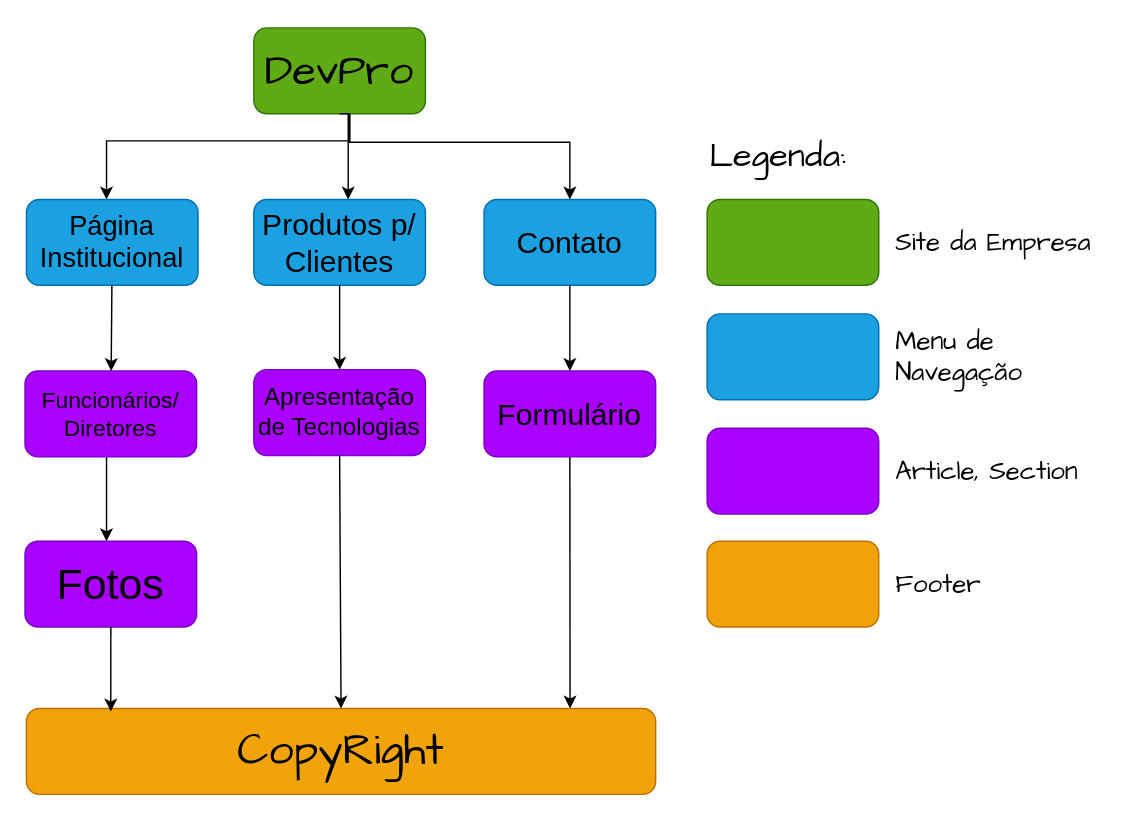
Earlier version of the draw.io diagram Mapa_Do_Site/DevPro_Mapa.drawio (mayckolsilva/DevPro). Source tidied: cells renumbered, new cells numbered last; positions are measured from the earlier drawing's top-left corner, leaving out a move shared by most shapes. Both pictures are drawn from the tidied source at 143%, with x=0, y=0 at pixel (24, 27).
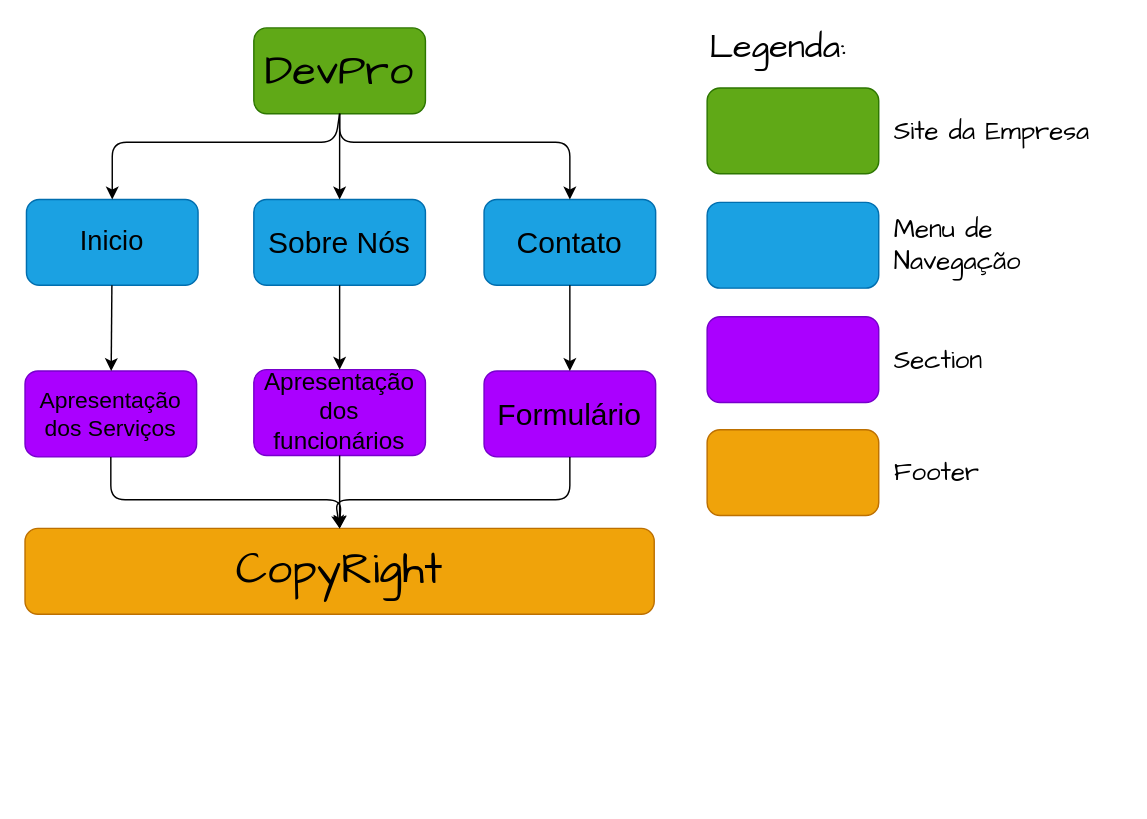
Above is the later version.

Unchanged cells that the change refers to:
```xml
<mxCell id="3" value="&lt;div&gt;DevPro&lt;/div&gt;" style="rounded=1;whiteSpace=wrap;html=1;fillColor=#60a917;strokeColor=#2D7600;fontFamily=Comic Sans MS;fontSize=30;fontColor=#000000;" parent="1" vertex="1">
  <mxGeometry x="160" width="120" height="60" as="geometry" />
</mxCell>
<mxCell id="6" value="Contato" style="rounded=1;whiteSpace=wrap;html=1;fillColor=#1ba1e2;strokeColor=#006EAF;fontSize=21;fontColor=#000000;" parent="1" vertex="1">
  <mxGeometry x="321" y="120" width="120" height="60" as="geometry" />
</mxCell>
<mxCell id="7" value="Formulário" style="rounded=1;whiteSpace=wrap;html=1;fillColor=#aa00ff;strokeColor=#7700CC;fontSize=21;fontColor=#000000;" parent="1" vertex="1">
  <mxGeometry x="321" y="240" width="120" height="60" as="geometry" />
</mxCell>
```

The edit, as a diff of the source:
```diff
@@
-    <mxCell id="2" style="edgeStyle=orthogonalEdgeStyle;rounded=0;jettySize=auto;html=1;" parent="1" edge="1" target="8">
-      <mxGeometry relative="1" as="geometry">
-        <mxPoint x="227" y="60" as="sourcePoint" />
-        <Array as="points">
-          <mxPoint x="227" y="79" />
-          <mxPoint x="57" y="79" />
-        </Array>
-      </mxGeometry>
-    </mxCell>
@@
-    <mxCell id="4" value="Produtos p/ Clientes" style="rounded=1;whiteSpace=wrap;html=1;fillColor=#1ba1e2;strokeColor=#006EAF;fontSize=21;fontColor=#000000;" parent="1" vertex="1">
+    <mxCell id="4" value="Sobre Nós" style="rounded=1;whiteSpace=wrap;html=1;fillColor=#1ba1e2;strokeColor=#006EAF;fontSize=21;fontColor=#000000;" parent="1" vertex="1">
       <mxGeometry x="160" y="120" width="120" height="60" as="geometry" />
     </mxCell>
-    <mxCell id="5" value="&lt;div style=&quot;font-size: 17px;&quot;&gt;Apresentação de Tecnologias&lt;/div&gt;" style="rounded=1;whiteSpace=wrap;html=1;fillColor=#aa00ff;strokeColor=#7700CC;fontSize=17;fontColor=#000000;" parent="1" vertex="1">
+    <mxCell id="5" value="&lt;div style=&quot;font-size: 17px&quot;&gt;Apresentação dos funcionários&lt;br&gt;&lt;/div&gt;" style="rounded=1;whiteSpace=wrap;html=1;fillColor=#aa00ff;strokeColor=#7700CC;fontSize=17;fontColor=#000000;" parent="1" vertex="1">
       <mxGeometry x="160" y="239" width="120" height="60" as="geometry" />
     </mxCell>
@@
-    <mxCell id="8" value="Página Institucional" style="rounded=1;whiteSpace=wrap;html=1;fillColor=#1ba1e2;strokeColor=#006EAF;fontSize=19;fontColor=#000000;" parent="1" vertex="1">
+    <mxCell id="8" value="Inicio" style="rounded=1;whiteSpace=wrap;html=1;fillColor=#1ba1e2;strokeColor=#006EAF;fontSize=19;fontColor=#000000;" parent="1" vertex="1">
       <mxGeometry x="1" y="120" width="120" height="60" as="geometry" />
     </mxCell>
-    <mxCell id="9" style="edgeStyle=orthogonalEdgeStyle;rounded=0;orthogonalLoop=1;jettySize=auto;html=1;" parent="1" edge="1">
-      <mxGeometry relative="1" as="geometry">
-        <mxPoint x="57" y="299" as="sourcePoint" />
-        <mxPoint x="57" y="359" as="targetPoint" />
-      </mxGeometry>
-    </mxCell>
-    <mxCell id="10" value="Funcionários/ Diretores" style="rounded=1;whiteSpace=wrap;html=1;fillColor=#aa00ff;strokeColor=#7700CC;fontSize=16;fontColor=#000000;" parent="1" vertex="1">
+    <mxCell id="10" value="Apresentação dos Serviços" style="rounded=1;whiteSpace=wrap;html=1;fillColor=#aa00ff;strokeColor=#7700CC;fontSize=16;fontColor=#000000;" parent="1" vertex="1">
       <mxGeometry y="240" width="120" height="60" as="geometry" />
     </mxCell>
-    <mxCell id="11" value="&lt;div style=&quot;font-size: 30px;&quot;&gt;Fotos&lt;/div&gt;" style="rounded=1;whiteSpace=wrap;html=1;fillColor=#aa00ff;strokeColor=#7700CC;fontSize=30;fontColor=#000000;" parent="1" vertex="1">
-      <mxGeometry y="359" width="120" height="60" as="geometry" />
-    </mxCell>
@@
     <mxCell id="15" value="CopyRight" style="rounded=1;whiteSpace=wrap;html=1;labelBackgroundColor=none;fontFamily=Comic Sans MS;fontSize=31;fillColor=#f0a30a;strokeColor=#BD7000;fontColor=#000000;" parent="1" vertex="1">
-      <mxGeometry x="1" y="476" width="440" height="60" as="geometry" />
+      <mxGeometry y="350" width="440" height="60" as="geometry" />
     </mxCell>
-    <mxCell id="16" style="endArrow=classic;html=1;fontFamily=Comic Sans MS;fontSize=31;entryX=0.134;entryY=0.033;entryDx=0;entryDy=0;entryPerimeter=0;exitX=0.5;exitY=1;exitDx=0;exitDy=0;" parent="1" edge="1" source="11" target="15">
-      <mxGeometry relative="1" as="geometry" />
-    </mxCell>
@@
-    <mxCell id="18" style="endArrow=classic;html=1;fontFamily=Comic Sans MS;fontSize=31;exitX=0.5;exitY=1;exitDx=0;exitDy=0;entryX=0.864;entryY=0;entryDx=0;entryDy=0;entryPerimeter=0;" parent="1" edge="1" source="7" target="15">
-      <mxGeometry relative="1" as="geometry" />
-    </mxCell>
     <mxCell id="19" value="Legenda:" style="text;html=1;strokeColor=none;fillColor=none;align=left;verticalAlign=middle;whiteSpace=wrap;rounded=0;labelBackgroundColor=none;fontFamily=Comic Sans MS;fontSize=24;" parent="1" vertex="1">
-      <mxGeometry x="477" y="80" width="120" height="20" as="geometry" />
+      <mxGeometry x="477" y="4" width="120" height="20" as="geometry" />
     </mxCell>
     <mxCell id="20" style="rounded=1;whiteSpace=wrap;html=1;labelBackgroundColor=none;fontFamily=Comic Sans MS;fontSize=12;align=left;fillColor=#60a917;strokeColor=#2D7600;fontColor=#ffffff;" parent="1" vertex="1">
-      <mxGeometry x="477" y="120" width="120" height="60" as="geometry" />
+      <mxGeometry x="477" y="42" width="120" height="60" as="geometry" />
     </mxCell>
     <mxCell id="21" style="rounded=1;whiteSpace=wrap;html=1;labelBackgroundColor=none;fontFamily=Comic Sans MS;fontSize=12;align=left;fillColor=#1ba1e2;strokeColor=#006EAF;fontColor=#ffffff;" parent="1" vertex="1">
-      <mxGeometry x="477" y="200" width="120" height="60" as="geometry" />
+      <mxGeometry x="477" y="122" width="120" height="60" as="geometry" />
     </mxCell>
     <mxCell id="22" style="rounded=1;whiteSpace=wrap;html=1;labelBackgroundColor=none;fontFamily=Comic Sans MS;fontSize=12;align=left;fillColor=#aa00ff;strokeColor=#7700CC;fontColor=#ffffff;" parent="1" vertex="1">
-      <mxGeometry x="477" y="280" width="120" height="60" as="geometry" />
+      <mxGeometry x="477" y="202" width="120" height="60" as="geometry" />
     </mxCell>
     <mxCell id="23" style="rounded=1;whiteSpace=wrap;html=1;labelBackgroundColor=none;fontFamily=Comic Sans MS;fontSize=12;align=left;fillColor=#f0a30a;strokeColor=#BD7000;fontColor=#ffffff;" parent="1" vertex="1">
-      <mxGeometry x="477" y="359" width="120" height="60" as="geometry" />
+      <mxGeometry x="477" y="281" width="120" height="60" as="geometry" />
     </mxCell>
     <mxCell id="24" value="Site da Empresa" style="text;html=1;strokeColor=none;fillColor=none;align=left;verticalAlign=middle;whiteSpace=wrap;rounded=0;labelBackgroundColor=none;fontFamily=Comic Sans MS;fontSize=18;" parent="1" vertex="1">
-      <mxGeometry x="607" y="120" width="160" height="60" as="geometry" />
+      <mxGeometry x="606" y="42" width="160" height="60" as="geometry" />
     </mxCell>
     <mxCell id="25" value="Menu de Navegação" style="text;html=1;strokeColor=none;fillColor=none;align=left;verticalAlign=middle;whiteSpace=wrap;rounded=0;labelBackgroundColor=none;fontFamily=Comic Sans MS;fontSize=18;" parent="1" vertex="1">
-      <mxGeometry x="607" y="200" width="160" height="60" as="geometry" />
+      <mxGeometry x="606" y="122" width="160" height="60" as="geometry" />
     </mxCell>
-    <mxCell id="26" value="Article, Section" style="text;html=1;strokeColor=none;fillColor=none;align=left;verticalAlign=middle;whiteSpace=wrap;rounded=0;labelBackgroundColor=none;fontFamily=Comic Sans MS;fontSize=18;" parent="1" vertex="1">
-      <mxGeometry x="607" y="280" width="160" height="60" as="geometry" />
+    <mxCell id="26" value="Section" style="text;html=1;strokeColor=none;fillColor=none;align=left;verticalAlign=middle;whiteSpace=wrap;rounded=0;labelBackgroundColor=none;fontFamily=Comic Sans MS;fontSize=18;" parent="1" vertex="1">
+      <mxGeometry x="606" y="202" width="160" height="60" as="geometry" />
     </mxCell>
     <mxCell id="27" value="Footer" style="text;html=1;strokeColor=none;fillColor=none;align=left;verticalAlign=middle;whiteSpace=wrap;rounded=0;labelBackgroundColor=none;fontFamily=Comic Sans MS;fontSize=18;" parent="1" vertex="1">
-      <mxGeometry x="607" y="359" width="160" height="60" as="geometry" />
+      <mxGeometry x="606" y="281" width="160" height="60" as="geometry" />
     </mxCell>
+    <mxCell id="30" style="endArrow=classic;html=1;exitX=0.5;exitY=1;exitDx=0;exitDy=0;entryX=0.5;entryY=0;entryDx=0;entryDy=0;" parent="1" edge="1" source="10" target="15">
+      <mxGeometry relative="1" as="geometry">
+        <Array as="points">
+          <mxPoint x="60" y="330" />
+          <mxPoint x="221" y="330" />
+        </Array>
+      </mxGeometry>
+    </mxCell>
+    <mxCell id="31" style="endArrow=classic;html=1;exitX=0.5;exitY=1;exitDx=0;exitDy=0;entryX=0.5;entryY=0;entryDx=0;entryDy=0;" parent="1" edge="1" source="3" target="6">
+      <mxGeometry relative="1" as="geometry">
+        <Array as="points">
+          <mxPoint x="220" y="80" />
+          <mxPoint x="381" y="80" />
+        </Array>
+      </mxGeometry>
+    </mxCell>
-    <mxCell id="28" style="edgeStyle=orthogonalEdgeStyle;rounded=0;jettySize=auto;html=1;exitX=0.5;exitY=1;exitDx=0;exitDy=0;exitPerimeter=0;" parent="1" edge="1" source="3" target="4">
-      <mxGeometry relative="1" as="geometry">
-        <Array as="points">
-          <mxPoint x="226" y="60" />
-        </Array>
-      </mxGeometry>
+    <mxCell id="28" style="endArrow=classic;html=1;exitX=0.5;exitY=1;exitDx=0;exitDy=0;entryX=0.5;entryY=0;entryDx=0;entryDy=0;" parent="1" edge="1" source="3" target="4">
+      <mxGeometry relative="1" as="geometry" />
     </mxCell>
-    <mxCell id="29" style="edgeStyle=orthogonalEdgeStyle;rounded=0;jettySize=auto;html=1;entryX=0.5;entryY=0;entryDx=0;entryDy=0;" parent="1" edge="1" target="6">
-      <mxGeometry relative="1" as="geometry">
-        <mxPoint x="227" y="60" as="sourcePoint" />
-        <Array as="points">
-          <mxPoint x="227" y="80" />
-          <mxPoint x="381" y="80" />
-        </Array>
-      </mxGeometry>
-    </mxCell>
+    <mxCell id="32" style="endArrow=classic;html=1;exitX=0.5;exitY=1;exitDx=0;exitDy=0;entryX=0.5;entryY=0;entryDx=0;entryDy=0;" parent="1" edge="1" source="3" target="8">
+      <mxGeometry relative="1" as="geometry">
+        <Array as="points">
+          <mxPoint x="217" y="80" />
+          <mxPoint x="137" y="80" />
+          <mxPoint x="61" y="80" />
+        </Array>
+      </mxGeometry>
+    </mxCell>
+    <mxCell id="18" style="endArrow=classic;html=1;exitX=0.5;exitY=1;exitDx=0;exitDy=0;entryX=0.5;entryY=0;entryDx=0;entryDy=0;" parent="1" edge="1" source="7" target="15">
+      <mxGeometry relative="1" as="geometry">
+        <Array as="points">
+          <mxPoint x="381" y="330" />
+          <mxPoint x="217" y="330" />
+        </Array>
+      </mxGeometry>
+    </mxCell>
```
